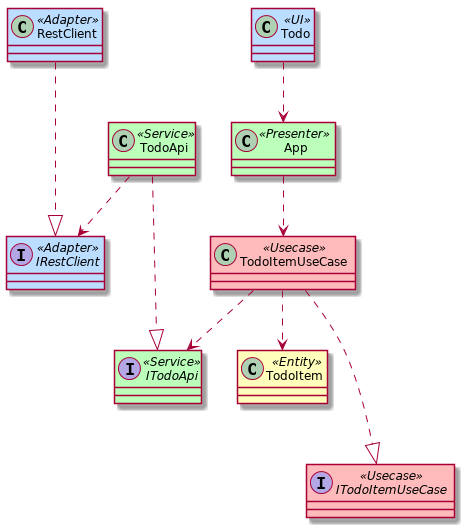
Earlier version of the PlantUML export class_diagram.png (kentaro-m/clean-architecture-todo-example). Source of this version:
```plantuml
@startuml
skinparam class {
  BackgroundColor<<UI>> #bbddff
  BackgroundColor<<Service>> #bbffbb
  BackgroundColor<<Presenter>> #bbffbb
  BackgroundColor<<Adapter>> #bbddff
  BackgroundColor<<Usecase>> #ffbbbb
  BackgroundColor<<Entity>> #ffffbb
}

class TodoItem <<Entity>> {
}

interface ITodoItemUseCase <<Usecase>> {
}

class TodoItemUseCase <<Usecase>> {
}

class App<<Presenter>> {
}

class Todo<<UI>> {
}

interface IRestClient <<Adapter>> {
}

class RestClient <<Adapter>> {
}

interface ITodoApi <<Service>> {
}

class TodoApi <<Service>> {
}

TodoItemUseCase ...|> ITodoItemUseCase
RestClient ...|> IRestClient
TodoApi ...|> ITodoApi

TodoItemUseCase ..>  TodoItem
TodoApi ..>  IRestClient
TodoItemUseCase ..> ITodoApi
App ..> TodoItemUseCase
Todo ..> App
@enduml
```
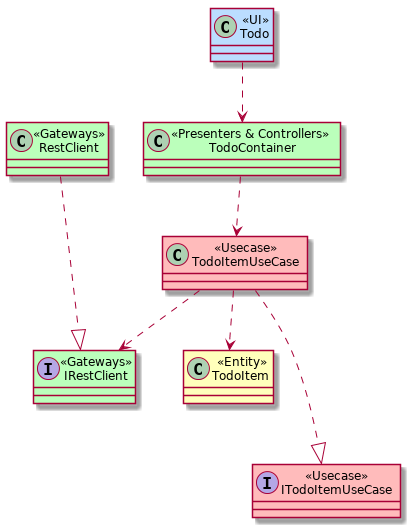
The same file after the commit.

Diff of the diagram source:
```diff
@@ -2,8 +2,8 @@
 skinparam class {
   BackgroundColor<<UI>> #bbddff
   BackgroundColor<<Service>> #bbffbb
-  BackgroundColor<<Presenter>> #bbffbb
-  BackgroundColor<<Adapter>> #bbddff
+  BackgroundColor<<Presenters & Controllers>> #bbffbb
+  BackgroundColor<<Gateways>> #bbffbb
   BackgroundColor<<Usecase>> #ffbbbb
   BackgroundColor<<Entity>> #ffffbb
 }
@@ -17,31 +17,23 @@
 class TodoItemUseCase <<Usecase>> {
 }
 
-class App<<Presenter>> {
+class TodoContainer<<Presenters & Controllers>> {
 }
 
 class Todo<<UI>> {
 }
 
-interface IRestClient <<Adapter>> {
+interface IRestClient <<Gateways>> {
 }
 
-class RestClient <<Adapter>> {
-}
-
-interface ITodoApi <<Service>> {
-}
-
-class TodoApi <<Service>> {
+class RestClient <<Gateways>> {
 }
 
 TodoItemUseCase ...|> ITodoItemUseCase
 RestClient ...|> IRestClient
-TodoApi ...|> ITodoApi
 
 TodoItemUseCase ..>  TodoItem
-TodoApi ..>  IRestClient
-TodoItemUseCase ..> ITodoApi
-App ..> TodoItemUseCase
-Todo ..> App
+TodoItemUseCase ..> IRestClient
+TodoContainer ..> TodoItemUseCase
+Todo ..> TodoContainer
 @enduml
```
